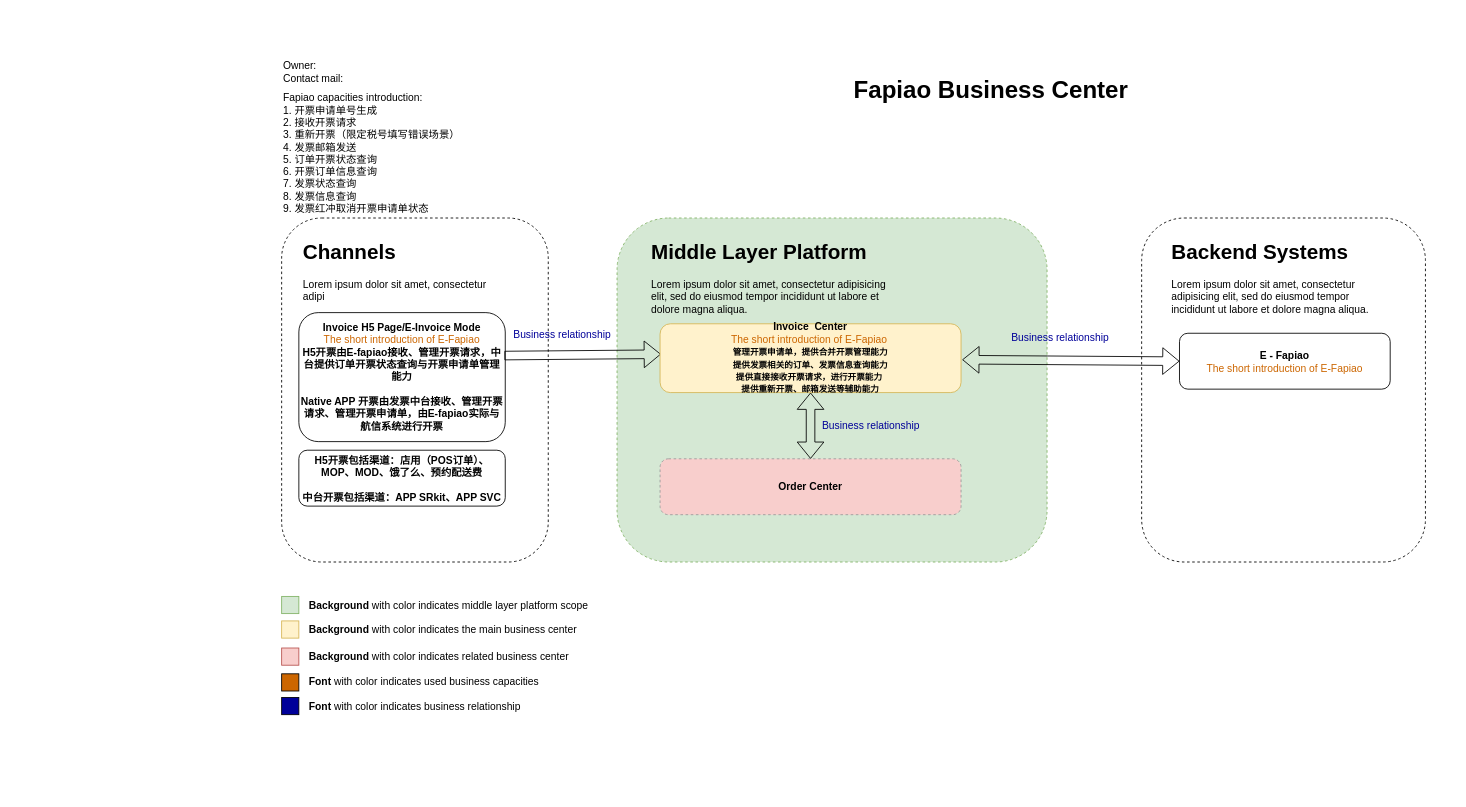
This is page "B - Fapiao" (4 of 4) of Mid Layer Platform Order Business Flow Arch.drawio from sotheair/designs, a draw.io file, before an edit. Source tidied: cells renumbered, new cells numbered last; positions are measured from the earlier drawing's top-left corner, leaving out a move shared by most shapes. Both pictures are drawn from the tidied source at 86%, with x=0, y=0 at pixel (281, 54).
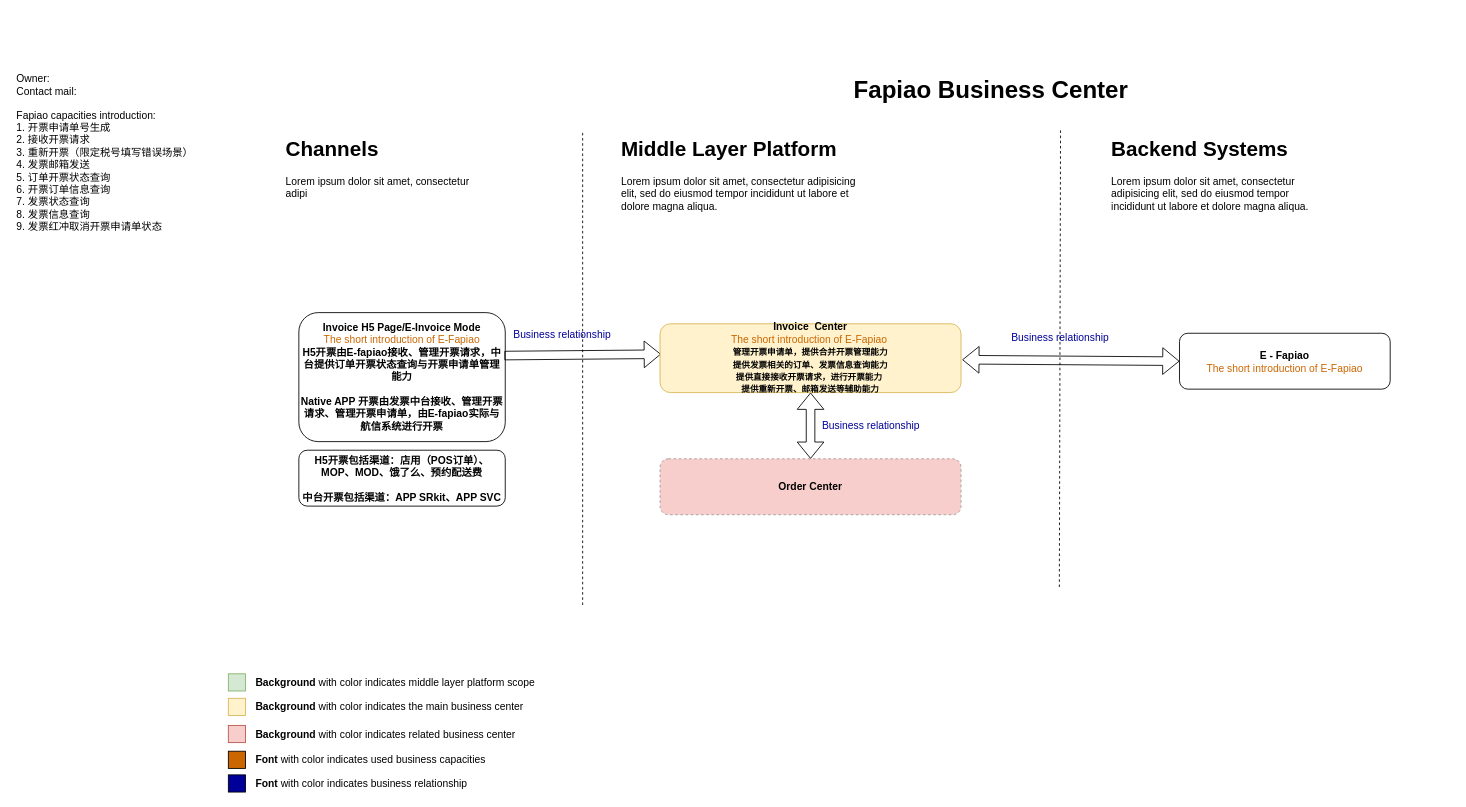
The same page after the edit.

Change to the diagram source:
```diff
@@
-    <mxCell id="2" style="rounded=1;whiteSpace=wrap;html=1;dashed=1;fillColor=none;strokeColor=#000000;" parent="1" vertex="1">
-      <mxGeometry y="190" width="310" height="400" as="geometry" />
-    </mxCell>
@@
-    <mxCell id="4" style="rounded=1;whiteSpace=wrap;html=1;dashed=1;fillColor=#d5e8d4;strokeColor=#82b366;" parent="1" vertex="1">
-      <mxGeometry x="390" y="190" width="500" height="400" as="geometry" />
-    </mxCell>
     <mxCell id="5" value="&lt;h1&gt;Middle Layer Platform&lt;/h1&gt;&lt;p&gt;Lorem ipsum dolor sit amet, consectetur adipisicing elit, sed do eiusmod tempor incididunt ut labore et dolore magna aliqua.&lt;/p&gt;" style="text;html=1;strokeColor=none;fillColor=none;spacing=5;spacingTop=-20;whiteSpace=wrap;overflow=hidden;rounded=0;dashed=1;" parent="1" vertex="1">
-      <mxGeometry x="425" y="210" width="295" height="120" as="geometry" />
+      <mxGeometry x="390" y="90" width="295" height="120" as="geometry" />
     </mxCell>
@@
-    <mxCell id="7" style="rounded=1;whiteSpace=wrap;html=1;dashed=1;fillColor=none;strokeColor=#000000;" parent="1" vertex="1">
-      <mxGeometry x="1000" y="190" width="330" height="400" as="geometry" />
-    </mxCell>
     <mxCell id="8" value="&lt;h1&gt;Backend Systems&lt;/h1&gt;&lt;p&gt;Lorem ipsum dolor sit amet, consectetur adipisicing elit, sed do eiusmod tempor incididunt ut labore et dolore magna aliqua.&lt;/p&gt;" style="text;html=1;strokeColor=none;fillColor=none;spacing=5;spacingTop=-20;whiteSpace=wrap;overflow=hidden;rounded=0;dashed=1;" parent="1" vertex="1">
-      <mxGeometry x="1030" y="210" width="250" height="120" as="geometry" />
+      <mxGeometry x="960" y="90" width="250" height="120" as="geometry" />
     </mxCell>
@@
     <mxCell id="16" value="Owner:&lt;br&gt;Contact mail:" style="text;html=1;strokeColor=none;fillColor=none;align=left;verticalAlign=middle;whiteSpace=wrap;rounded=0;" parent="1" vertex="1">
-      <mxGeometry width="225" height="40" as="geometry" />
+      <mxGeometry x="-310" y="15" width="225" height="40" as="geometry" />
     </mxCell>
     <mxCell id="17" value="Fapiao capacities introduction:&lt;br&gt;1. 开票申请单号生成&lt;br&gt;2. 接收开票请求&lt;br&gt;3. 重新开票（限定税号填写错误场景）&lt;br&gt;4. 发票邮箱发送&lt;br&gt;5. 订单开票状态查询&lt;br&gt;6. 开票订单信息查询&lt;br&gt;7. 发票状态查询&lt;br&gt;8. 发票信息查询&lt;br&gt;9. 发票红冲取消开票申请单状态" style="text;html=1;strokeColor=none;fillColor=none;align=left;verticalAlign=middle;whiteSpace=wrap;rounded=0;" parent="1" vertex="1">
-      <mxGeometry y="40" width="695" height="150" as="geometry" />
+      <mxGeometry x="-310" y="60" width="240" height="150" as="geometry" />
     </mxCell>
@@
     <mxCell id="20" value="&lt;h1&gt;Channels&lt;/h1&gt;&lt;p&gt;Lorem ipsum dolor sit amet, consectetur adipi&lt;/p&gt;" style="text;html=1;strokeColor=none;fillColor=none;spacing=5;spacingTop=-20;whiteSpace=wrap;overflow=hidden;rounded=0;dashed=1;" parent="1" vertex="1">
-      <mxGeometry x="20" y="210" width="250" height="85" as="geometry" />
+      <mxGeometry y="90" width="250" height="85" as="geometry" />
     </mxCell>
     <mxCell id="21" style="rounded=0;whiteSpace=wrap;html=1;fillColor=#CC6600;" parent="1" vertex="1">
-      <mxGeometry y="720" width="20" height="20" as="geometry" />
+      <mxGeometry x="-62" y="810" width="20" height="20" as="geometry" />
     </mxCell>
     <mxCell id="22" style="rounded=0;whiteSpace=wrap;html=1;fillColor=#000099;" parent="1" vertex="1">
-      <mxGeometry y="747.5" width="20" height="20" as="geometry" />
+      <mxGeometry x="-62" y="837.5" width="20" height="20" as="geometry" />
     </mxCell>
     <mxCell id="23" value="&lt;b&gt;Font &lt;/b&gt;with color indicates used business capacities&amp;nbsp;" style="text;html=1;strokeColor=none;fillColor=none;align=left;verticalAlign=middle;whiteSpace=wrap;rounded=0;" parent="1" vertex="1">
-      <mxGeometry x="30" y="720" width="280" height="20" as="geometry" />
+      <mxGeometry x="-32" y="810" width="280" height="20" as="geometry" />
     </mxCell>
     <mxCell id="24" value="&lt;b&gt;Font&lt;/b&gt; with color indicates business relationship" style="text;html=1;strokeColor=none;fillColor=none;align=left;verticalAlign=middle;whiteSpace=wrap;rounded=0;" parent="1" vertex="1">
-      <mxGeometry x="30" y="748" width="305" height="20" as="geometry" />
+      <mxGeometry x="-32" y="838" width="305" height="20" as="geometry" />
     </mxCell>
     <mxCell id="25" style="rounded=0;whiteSpace=wrap;html=1;fillColor=#d5e8d4;strokeColor=#82b366;" parent="1" vertex="1">
-      <mxGeometry y="630" width="20" height="20" as="geometry" />
+      <mxGeometry x="-62" y="720" width="20" height="20" as="geometry" />
     </mxCell>
     <mxCell id="26" value="&lt;b&gt;Background&amp;nbsp;&lt;/b&gt;with color indicates middle layer platform scope" style="text;html=1;strokeColor=none;fillColor=none;align=left;verticalAlign=middle;whiteSpace=wrap;rounded=0;" parent="1" vertex="1">
-      <mxGeometry x="30" y="630.5" width="344" height="20" as="geometry" />
+      <mxGeometry x="-32" y="720.5" width="344" height="20" as="geometry" />
     </mxCell>
     <mxCell id="27" style="rounded=0;whiteSpace=wrap;html=1;fillColor=#fff2cc;strokeColor=#d6b656;" parent="1" vertex="1">
-      <mxGeometry y="658.5" width="20" height="20" as="geometry" />
+      <mxGeometry x="-62" y="748.5" width="20" height="20" as="geometry" />
     </mxCell>
     <mxCell id="28" value="&lt;b&gt;Background&amp;nbsp;&lt;/b&gt;with color indicates the main business center" style="text;html=1;strokeColor=none;fillColor=none;align=left;verticalAlign=middle;whiteSpace=wrap;rounded=0;" parent="1" vertex="1">
-      <mxGeometry x="30" y="659" width="344" height="20" as="geometry" />
+      <mxGeometry x="-32" y="749" width="344" height="20" as="geometry" />
     </mxCell>
     <mxCell id="29" style="rounded=0;whiteSpace=wrap;html=1;fillColor=#f8cecc;strokeColor=#b85450;" parent="1" vertex="1">
-      <mxGeometry y="690" width="20" height="20" as="geometry" />
+      <mxGeometry x="-62" y="780" width="20" height="20" as="geometry" />
     </mxCell>
     <mxCell id="30" value="&lt;b&gt;Background&amp;nbsp;&lt;/b&gt;with color indicates related business center" style="text;html=1;strokeColor=none;fillColor=none;align=left;verticalAlign=middle;whiteSpace=wrap;rounded=0;" parent="1" vertex="1">
-      <mxGeometry x="30" y="690.5" width="344" height="20" as="geometry" />
+      <mxGeometry x="-32" y="780.5" width="344" height="20" as="geometry" />
     </mxCell>
@@
+    <mxCell id="32" style="endArrow=none;dashed=1;html=1;" parent="1" edge="1">
+      <mxGeometry relative="1" as="geometry">
+        <mxPoint x="350" y="640" as="sourcePoint" />
+        <mxPoint x="350" y="90" as="targetPoint" />
+      </mxGeometry>
+    </mxCell>
+    <mxCell id="33" style="endArrow=none;dashed=1;html=1;exitX=0.926;exitY=-0.419;exitDx=0;exitDy=0;exitPerimeter=0;" parent="1" edge="1">
+      <mxGeometry relative="1" as="geometry">
+        <mxPoint x="904.3" y="619.1" as="sourcePoint" />
+        <mxPoint x="905.7" y="86.9" as="targetPoint" />
+      </mxGeometry>
+    </mxCell>
```
